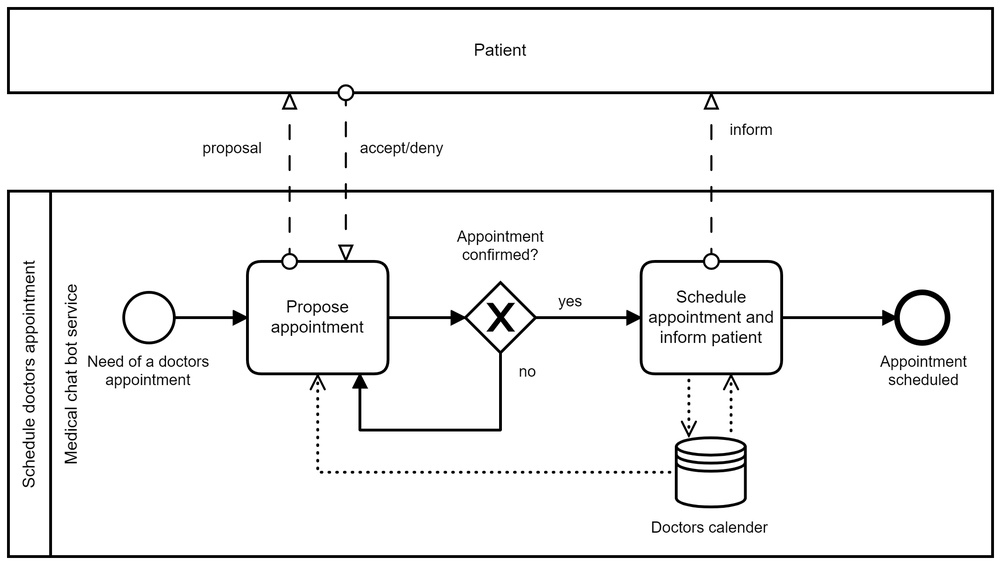
DigiBP/DigiBP_Burrata keeps this BPMN diagram as images/wiki/TO-BE_Process_schedule_appointment.png. Above is the earlier version. Its source is kept beside it as TO-BE Process/TO-BE_Process_schedule_appointment.bpmn. Ids are renumbered. Source of this version:
```xml
<bpmn:definitions xmlns:bpmn="http://www.omg.org/spec/BPMN/20100524/MODEL" xmlns:bpmndi="http://www.omg.org/spec/BPMN/20100524/DI" xmlns:dc="http://www.omg.org/spec/DD/20100524/DC" xmlns:di="http://www.omg.org/spec/DD/20100524/DI" id="Definitions_n1" targetNamespace="http://bpmn.io/schema/bpmn" exporter="Camunda Modeler" exporterVersion="3.6.0">
  <bpmn:collaboration id="Collaboration_n2">
    <bpmn:participant id="Participant_n3" name="Schedule doctors appointment" processRef="Process_n4" />
    <bpmn:participant id="Participant_n5" name="Patient" />
    <bpmn:messageFlow id="MessageFlow_n6" name="inform" sourceRef="Task_n7" targetRef="Participant_n5" />
    <bpmn:messageFlow id="MessageFlow_n8" name="proposal" sourceRef="Task_n9" targetRef="Participant_n5" />
    <bpmn:messageFlow id="MessageFlow_n10" name="accept/deny" sourceRef="Participant_n5" targetRef="Task_n9" />
  </bpmn:collaboration>
  <bpmn:process id="Process_n4" isExecutable="true">
    <bpmn:laneSet id="LaneSet_n11">
      <bpmn:lane id="Lane_n12" name="Medical chat bot service">
        <bpmn:flowNodeRef>StartEvent_1</bpmn:flowNodeRef>
        <bpmn:flowNodeRef>Task_n9</bpmn:flowNodeRef>
        <bpmn:flowNodeRef>ExclusiveGateway_n13</bpmn:flowNodeRef>
        <bpmn:flowNodeRef>Task_n7</bpmn:flowNodeRef>
        <bpmn:flowNodeRef>EndEvent_n14</bpmn:flowNodeRef>
      </bpmn:lane>
    </bpmn:laneSet>
    <bpmn:sequenceFlow id="SequenceFlow_n15" sourceRef="StartEvent_1" targetRef="Task_n9" />
    <bpmn:startEvent id="StartEvent_1" name="Need of a doctors appointment">
      <bpmn:outgoing>SequenceFlow_n15</bpmn:outgoing>
    </bpmn:startEvent>
    <bpmn:task id="Task_n9" name="Propose appointment">
      <bpmn:incoming>SequenceFlow_n15</bpmn:incoming>
      <bpmn:incoming>SequenceFlow_n16</bpmn:incoming>
      <bpmn:outgoing>SequenceFlow_n17</bpmn:outgoing>
      <bpmn:property id="Property_n18" name="__targetRef_placeholder" />
      <bpmn:dataInputAssociation id="DataInputAssociation_n19">
        <bpmn:sourceRef>DataStoreReference_n20</bpmn:sourceRef>
        <bpmn:targetRef>Property_n18</bpmn:targetRef>
      </bpmn:dataInputAssociation>
    </bpmn:task>
    <bpmn:sequenceFlow id="SequenceFlow_n17" sourceRef="Task_n9" targetRef="ExclusiveGateway_n13" />
    <bpmn:sequenceFlow id="SequenceFlow_n16" name="no" sourceRef="ExclusiveGateway_n13" targetRef="Task_n9" />
    <bpmn:sequenceFlow id="SequenceFlow_n21" name="yes" sourceRef="ExclusiveGateway_n13" targetRef="Task_n7" />
    <bpmn:exclusiveGateway id="ExclusiveGateway_n13" name="Appointment confirmed?">
      <bpmn:incoming>SequenceFlow_n17</bpmn:incoming>
      <bpmn:outgoing>SequenceFlow_n21</bpmn:outgoing>
      <bpmn:outgoing>SequenceFlow_n16</bpmn:outgoing>
    </bpmn:exclusiveGateway>
    <bpmn:task id="Task_n7" name="Schedule appointment and inform patient">
      <bpmn:incoming>SequenceFlow_n21</bpmn:incoming>
      <bpmn:outgoing>SequenceFlow_n22</bpmn:outgoing>
      <bpmn:property id="Property_n23" name="__targetRef_placeholder" />
      <bpmn:dataInputAssociation id="DataInputAssociation_n24">
        <bpmn:sourceRef>DataStoreReference_n20</bpmn:sourceRef>
        <bpmn:targetRef>Property_n23</bpmn:targetRef>
      </bpmn:dataInputAssociation>
      <bpmn:dataOutputAssociation id="DataOutputAssociation_n25">
        <bpmn:targetRef>DataStoreReference_n20</bpmn:targetRef>
      </bpmn:dataOutputAssociation>
    </bpmn:task>
    <bpmn:endEvent id="EndEvent_n14" name="Appointment scheduled">
      <bpmn:incoming>SequenceFlow_n22</bpmn:incoming>
    </bpmn:endEvent>
    <bpmn:dataStoreReference id="DataStoreReference_n20" name="Doctors calender" />
    <bpmn:sequenceFlow id="SequenceFlow_n22" sourceRef="Task_n7" targetRef="EndEvent_n14" />
  </bpmn:process>
  <bpmndi:BPMNDiagram id="BPMNDiagram_1">
    <bpmndi:BPMNPlane id="BPMNPlane_1" bpmnElement="Collaboration_n2">
      <bpmndi:BPMNShape id="Participant_n3_di" bpmnElement="Participant_n3" isHorizontal="true">
        <dc:Bounds x="160" y="180" width="700" height="260" />
      </bpmndi:BPMNShape>
      <bpmndi:BPMNShape id="Task_n7_di" bpmnElement="Task_n7">
        <dc:Bounds x="610" y="230" width="100" height="80" />
      </bpmndi:BPMNShape>
      <bpmndi:BPMNShape id="EndEvent_n14_di" bpmnElement="EndEvent_n14">
        <dc:Bounds x="792" y="252" width="36" height="36" />
        <bpmndi:BPMNLabel>
          <dc:Bounds x="780" y="295" width="62" height="27" />
        </bpmndi:BPMNLabel>
      </bpmndi:BPMNShape>
      <bpmndi:BPMNShape id="DataStoreReference_n20_di" bpmnElement="DataStoreReference_n20">
        <dc:Bounds x="635" y="355" width="50" height="50" />
        <bpmndi:BPMNLabel>
          <dc:Bounds x="617" y="413" width="85" height="14" />
        </bpmndi:BPMNLabel>
      </bpmndi:BPMNShape>
      <bpmndi:BPMNShape id="_BPMNShape_StartEvent_2" bpmnElement="StartEvent_1">
        <dc:Bounds x="242" y="252" width="36" height="36" />
        <bpmndi:BPMNLabel>
          <dc:Bounds x="216" y="295" width="88" height="27" />
        </bpmndi:BPMNLabel>
      </bpmndi:BPMNShape>
      <bpmndi:BPMNShape id="Participant_1f1r0t0_di" bpmnElement="Participant_n5" isHorizontal="true">
        <dc:Bounds x="160" y="50" width="700" height="60" />
      </bpmndi:BPMNShape>
      <bpmndi:BPMNEdge id="SequenceFlow_n22_di" bpmnElement="SequenceFlow_n22">
        <di:waypoint x="710" y="270" />
        <di:waypoint x="792" y="270" />
      </bpmndi:BPMNEdge>
      <bpmndi:BPMNEdge id="MessageFlow_n6_di" bpmnElement="MessageFlow_n6">
        <di:waypoint x="660" y="230" />
        <di:waypoint x="660" y="110" />
        <bpmndi:BPMNLabel>
          <dc:Bounds x="673" y="130" width="31" height="14" />
        </bpmndi:BPMNLabel>
      </bpmndi:BPMNEdge>
      <bpmndi:BPMNShape id="Lane_n12_di" bpmnElement="Lane_n12" isHorizontal="true">
        <dc:Bounds x="190" y="180" width="670" height="260" />
      </bpmndi:BPMNShape>
      <bpmndi:BPMNEdge id="DataInputAssociation_n24_di" bpmnElement="DataInputAssociation_n24">
        <di:waypoint x="674" y="355" />
        <di:waypoint x="674" y="310" />
      </bpmndi:BPMNEdge>
      <bpmndi:BPMNEdge id="DataOutputAssociation_n25_di" bpmnElement="DataOutputAssociation_n25">
        <di:waypoint x="644" y="310" />
        <di:waypoint x="644" y="355" />
      </bpmndi:BPMNEdge>
      <bpmndi:BPMNEdge id="SequenceFlow_n15_di" bpmnElement="SequenceFlow_n15">
        <di:waypoint x="278" y="270" />
        <di:waypoint x="330" y="270" />
      </bpmndi:BPMNEdge>
      <bpmndi:BPMNShape id="Task_n9_di" bpmnElement="Task_n9">
        <dc:Bounds x="330" y="230" width="100" height="80" />
      </bpmndi:BPMNShape>
      <bpmndi:BPMNEdge id="SequenceFlow_n17_di" bpmnElement="SequenceFlow_n17">
        <di:waypoint x="430" y="270" />
        <di:waypoint x="485" y="270" />
      </bpmndi:BPMNEdge>
      <bpmndi:BPMNEdge id="DataInputAssociation_n19_di" bpmnElement="DataInputAssociation_n19">
        <di:waypoint x="635" y="380" />
        <di:waypoint x="380" y="380" />
        <di:waypoint x="380" y="310" />
      </bpmndi:BPMNEdge>
      <bpmndi:BPMNEdge id="MessageFlow_n8_di" bpmnElement="MessageFlow_n8">
        <di:waypoint x="360" y="230" />
        <di:waypoint x="360" y="110" />
        <bpmndi:BPMNLabel>
          <dc:Bounds x="298" y="143" width="43" height="14" />
        </bpmndi:BPMNLabel>
      </bpmndi:BPMNEdge>
      <bpmndi:BPMNShape id="ExclusiveGateway_n13_di" bpmnElement="ExclusiveGateway_n13" isMarkerVisible="true">
        <dc:Bounds x="485" y="245" width="50" height="50" />
        <bpmndi:BPMNLabel>
          <dc:Bounds x="479" y="206" width="62" height="27" />
        </bpmndi:BPMNLabel>
      </bpmndi:BPMNShape>
      <bpmndi:BPMNEdge id="SequenceFlow_n21_di" bpmnElement="SequenceFlow_n21">
        <di:waypoint x="535" y="270" />
        <di:waypoint x="610" y="270" />
        <bpmndi:BPMNLabel>
          <dc:Bounds x="551" y="252" width="17" height="14" />
        </bpmndi:BPMNLabel>
      </bpmndi:BPMNEdge>
      <bpmndi:BPMNEdge id="SequenceFlow_n16_di" bpmnElement="SequenceFlow_n16">
        <di:waypoint x="510" y="295" />
        <di:waypoint x="510" y="350" />
        <di:waypoint x="410" y="350" />
        <di:waypoint x="410" y="310" />
        <bpmndi:BPMNLabel>
          <dc:Bounds x="523" y="302" width="13" height="14" />
        </bpmndi:BPMNLabel>
      </bpmndi:BPMNEdge>
      <bpmndi:BPMNEdge id="MessageFlow_n10_di" bpmnElement="MessageFlow_n10">
        <di:waypoint x="400" y="110" />
        <di:waypoint x="400" y="230" />
        <bpmndi:BPMNLabel>
          <dc:Bounds x="410" y="143" width="60" height="14" />
        </bpmndi:BPMNLabel>
      </bpmndi:BPMNEdge>
    </bpmndi:BPMNPlane>
  </bpmndi:BPMNDiagram>
</bpmn:definitions>
```
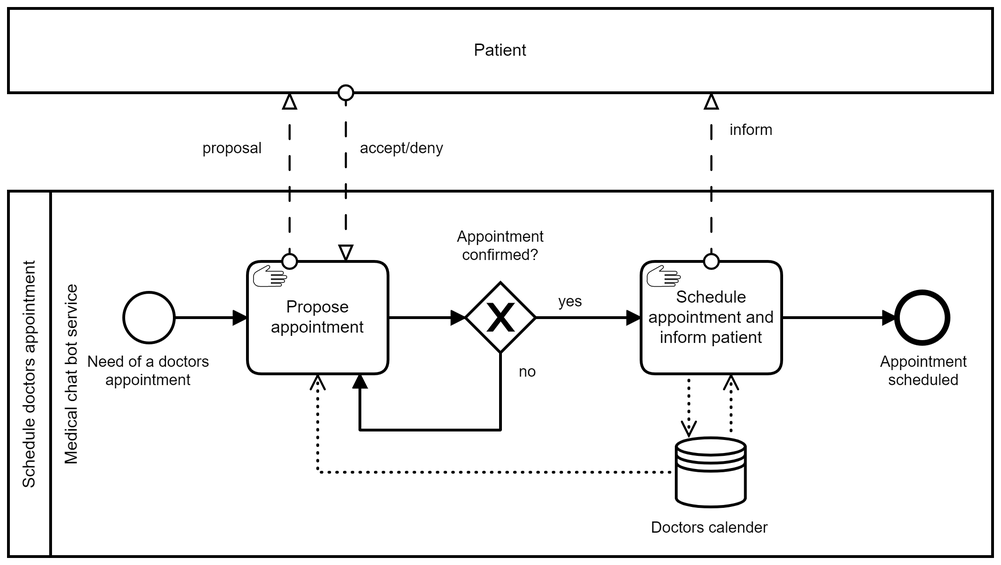
After the commit.

Commit message:
to-be process after discussion - minor corrections

What changed in the source:
```diff
@@ -10,26 +10,16 @@
     <bpmn:laneSet id="LaneSet_n11">
       <bpmn:lane id="Lane_n12" name="Medical chat bot service">
         <bpmn:flowNodeRef>StartEvent_1</bpmn:flowNodeRef>
+        <bpmn:flowNodeRef>ExclusiveGateway_n13</bpmn:flowNodeRef>
+        <bpmn:flowNodeRef>EndEvent_n14</bpmn:flowNodeRef>
         <bpmn:flowNodeRef>Task_n9</bpmn:flowNodeRef>
-        <bpmn:flowNodeRef>ExclusiveGateway_n13</bpmn:flowNodeRef>
         <bpmn:flowNodeRef>Task_n7</bpmn:flowNodeRef>
-        <bpmn:flowNodeRef>EndEvent_n14</bpmn:flowNodeRef>
       </bpmn:lane>
     </bpmn:laneSet>
     <bpmn:sequenceFlow id="SequenceFlow_n15" sourceRef="StartEvent_1" targetRef="Task_n9" />
     <bpmn:startEvent id="StartEvent_1" name="Need of a doctors appointment">
       <bpmn:outgoing>SequenceFlow_n15</bpmn:outgoing>
     </bpmn:startEvent>
-    <bpmn:task id="Task_n9" name="Propose appointment">
-      <bpmn:incoming>SequenceFlow_n15</bpmn:incoming>
-      <bpmn:incoming>SequenceFlow_n16</bpmn:incoming>
-      <bpmn:outgoing>SequenceFlow_n17</bpmn:outgoing>
-      <bpmn:property id="Property_n18" name="__targetRef_placeholder" />
-      <bpmn:dataInputAssociation id="DataInputAssociation_n19">
-        <bpmn:sourceRef>DataStoreReference_n20</bpmn:sourceRef>
-        <bpmn:targetRef>Property_n18</bpmn:targetRef>
-      </bpmn:dataInputAssociation>
-    </bpmn:task>
     <bpmn:sequenceFlow id="SequenceFlow_n17" sourceRef="Task_n9" targetRef="ExclusiveGateway_n13" />
     <bpmn:sequenceFlow id="SequenceFlow_n16" name="no" sourceRef="ExclusiveGateway_n13" targetRef="Task_n9" />
     <bpmn:sequenceFlow id="SequenceFlow_n21" name="yes" sourceRef="ExclusiveGateway_n13" targetRef="Task_n7" />
@@ -38,31 +28,38 @@
       <bpmn:outgoing>SequenceFlow_n21</bpmn:outgoing>
       <bpmn:outgoing>SequenceFlow_n16</bpmn:outgoing>
     </bpmn:exclusiveGateway>
-    <bpmn:task id="Task_n7" name="Schedule appointment and inform patient">
-      <bpmn:incoming>SequenceFlow_n21</bpmn:incoming>
-      <bpmn:outgoing>SequenceFlow_n22</bpmn:outgoing>
-      <bpmn:property id="Property_n23" name="__targetRef_placeholder" />
-      <bpmn:dataInputAssociation id="DataInputAssociation_n24">
-        <bpmn:sourceRef>DataStoreReference_n20</bpmn:sourceRef>
-        <bpmn:targetRef>Property_n23</bpmn:targetRef>
-      </bpmn:dataInputAssociation>
-      <bpmn:dataOutputAssociation id="DataOutputAssociation_n25">
-        <bpmn:targetRef>DataStoreReference_n20</bpmn:targetRef>
-      </bpmn:dataOutputAssociation>
-    </bpmn:task>
     <bpmn:endEvent id="EndEvent_n14" name="Appointment scheduled">
       <bpmn:incoming>SequenceFlow_n22</bpmn:incoming>
     </bpmn:endEvent>
     <bpmn:dataStoreReference id="DataStoreReference_n20" name="Doctors calender" />
     <bpmn:sequenceFlow id="SequenceFlow_n22" sourceRef="Task_n7" targetRef="EndEvent_n14" />
+    <bpmn:manualTask id="Task_n9" name="Propose appointment">
+      <bpmn:incoming>SequenceFlow_n15</bpmn:incoming>
+      <bpmn:incoming>SequenceFlow_n16</bpmn:incoming>
+      <bpmn:outgoing>SequenceFlow_n17</bpmn:outgoing>
+      <bpmn:property id="Property_n26" name="__targetRef_placeholder" />
+      <bpmn:dataInputAssociation id="DataInputAssociation_n19">
+        <bpmn:sourceRef>DataStoreReference_n20</bpmn:sourceRef>
+        <bpmn:targetRef>Property_n26</bpmn:targetRef>
+      </bpmn:dataInputAssociation>
+    </bpmn:manualTask>
+    <bpmn:manualTask id="Task_n7" name="Schedule appointment and inform patient">
+      <bpmn:incoming>SequenceFlow_n21</bpmn:incoming>
+      <bpmn:outgoing>SequenceFlow_n22</bpmn:outgoing>
+      <bpmn:property id="Property_n27" name="__targetRef_placeholder" />
+      <bpmn:dataInputAssociation id="DataInputAssociation_n24">
+        <bpmn:sourceRef>DataStoreReference_n20</bpmn:sourceRef>
+        <bpmn:targetRef>Property_n27</bpmn:targetRef>
+      </bpmn:dataInputAssociation>
+      <bpmn:dataOutputAssociation id="DataOutputAssociation_n25">
+        <bpmn:targetRef>DataStoreReference_n20</bpmn:targetRef>
+      </bpmn:dataOutputAssociation>
+    </bpmn:manualTask>
   </bpmn:process>
   <bpmndi:BPMNDiagram id="BPMNDiagram_1">
     <bpmndi:BPMNPlane id="BPMNPlane_1" bpmnElement="Collaboration_n2">
       <bpmndi:BPMNShape id="Participant_n3_di" bpmnElement="Participant_n3" isHorizontal="true">
         <dc:Bounds x="160" y="180" width="700" height="260" />
-      </bpmndi:BPMNShape>
-      <bpmndi:BPMNShape id="Task_n7_di" bpmnElement="Task_n7">
-        <dc:Bounds x="610" y="230" width="100" height="80" />
       </bpmndi:BPMNShape>
       <bpmndi:BPMNShape id="EndEvent_n14_di" bpmnElement="EndEvent_n14">
         <dc:Bounds x="792" y="252" width="36" height="36" />
@@ -111,9 +108,6 @@
         <di:waypoint x="278" y="270" />
         <di:waypoint x="330" y="270" />
       </bpmndi:BPMNEdge>
-      <bpmndi:BPMNShape id="Task_n9_di" bpmnElement="Task_n9">
-        <dc:Bounds x="330" y="230" width="100" height="80" />
-      </bpmndi:BPMNShape>
       <bpmndi:BPMNEdge id="SequenceFlow_n17_di" bpmnElement="SequenceFlow_n17">
         <di:waypoint x="430" y="270" />
         <di:waypoint x="485" y="270" />
@@ -159,6 +153,12 @@
           <dc:Bounds x="410" y="143" width="60" height="14" />
         </bpmndi:BPMNLabel>
       </bpmndi:BPMNEdge>
+      <bpmndi:BPMNShape id="ManualTask_04g3qgc_di" bpmnElement="Task_n9">
+        <dc:Bounds x="330" y="230" width="100" height="80" />
+      </bpmndi:BPMNShape>
+      <bpmndi:BPMNShape id="ManualTask_0lkqzgx_di" bpmnElement="Task_n7">
+        <dc:Bounds x="610" y="230" width="100" height="80" />
+      </bpmndi:BPMNShape>
     </bpmndi:BPMNPlane>
   </bpmndi:BPMNDiagram>
 </bpmn:definitions>
```
